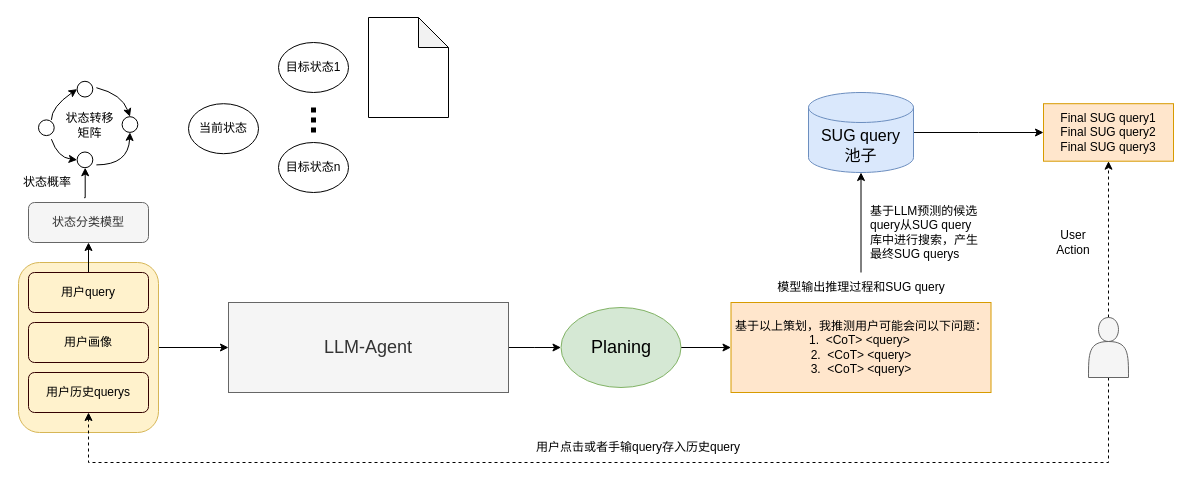
Above: QAG-CoT-Agent.drawio in ZhangHammer/ZhangHammer (draw.io), before the change. Source tidied: cells renumbered, new cells numbered last; positions are measured from the earlier drawing's top-left corner, leaving out a move shared by most shapes. Both pictures are drawn from the tidied source at 100%, with x=0, y=0 at pixel (17, 17).
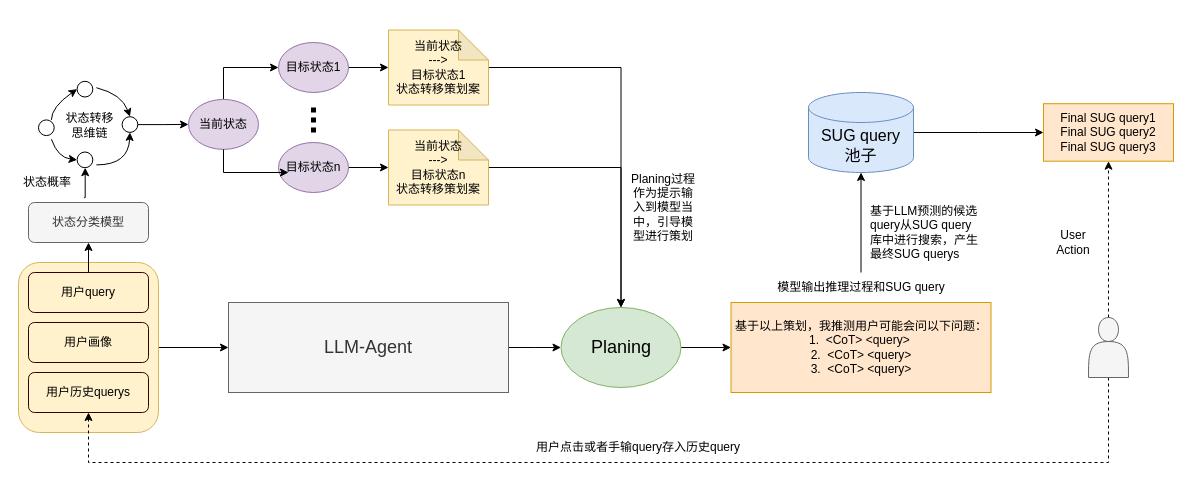
After the change.

The change refers to these unchanged cells:
```xml
<mxCell id="14" value="&lt;font style=&quot;font-size: 18px;&quot;&gt;Planing&lt;/font&gt;" style="ellipse;whiteSpace=wrap;html=1;fillColor=#d5e8d4;strokeColor=#82b366;" parent="1" vertex="1">
  <mxGeometry x="543.5" y="290" width="120" height="80" as="geometry" />
</mxCell>
<mxCell id="24" style="group;" parent="1" vertex="1">
  <mxGeometry x="21" y="63.8" width="120" height="190" as="geometry" />
</mxCell>
<mxCell id="28" style="ellipse;whiteSpace=wrap;html=1;" parent="24" vertex="1">
  <mxGeometry x="83.6" y="35.4" width="15.7" height="15.7" as="geometry" />
</mxCell>
```

Change to the diagram source:
```diff
@@
-    <mxCell id="33" value="状态转移矩阵" style="text;html=1;strokeColor=none;fillColor=none;align=center;verticalAlign=middle;whiteSpace=wrap;rounded=0;" parent="24" vertex="1">
+    <mxCell id="33" value="状态转移思维链" style="text;html=1;strokeColor=none;fillColor=none;align=center;verticalAlign=middle;whiteSpace=wrap;rounded=0;" parent="24" vertex="1">
       <mxGeometry x="25.7" y="29.5" width="51.4" height="30" as="geometry" />
     </mxCell>
@@
+    <mxCell id="42" style="edgeStyle=orthogonalEdgeStyle;rounded=0;jettySize=auto;html=1;exitX=0.5;exitY=0;exitDx=0;exitDy=0;entryX=0;entryY=0.5;entryDx=0;entryDy=0;" parent="1" edge="1" source="37" target="38">
+      <mxGeometry relative="1" as="geometry" />
+    </mxCell>
-    <mxCell id="37" value="当前状态" style="ellipse;whiteSpace=wrap;html=1;" parent="1" vertex="1">
-      <mxGeometry x="171" y="86.2" width="70" height="50" as="geometry" />
+    <mxCell id="37" value="当前状态" style="ellipse;whiteSpace=wrap;html=1;fillColor=#e1d5e7;strokeColor=#9673a6;" parent="1" vertex="1">
+      <mxGeometry x="171" y="81.9" width="70" height="50" as="geometry" />
     </mxCell>
+    <mxCell id="43" style="edgeStyle=orthogonalEdgeStyle;rounded=0;jettySize=auto;html=1;" parent="1" edge="1" source="38" target="41">
+      <mxGeometry relative="1" as="geometry" />
+    </mxCell>
-    <mxCell id="38" value="目标状态1" style="ellipse;whiteSpace=wrap;html=1;" parent="1" vertex="1">
+    <mxCell id="38" value="目标状态1" style="ellipse;whiteSpace=wrap;html=1;fillColor=#e1d5e7;strokeColor=#9673a6;" parent="1" vertex="1">
       <mxGeometry x="261" y="25" width="70" height="50" as="geometry" />
     </mxCell>
+    <mxCell id="44" style="edgeStyle=orthogonalEdgeStyle;rounded=0;jettySize=auto;html=1;" parent="1" edge="1" source="39" target="47">
+      <mxGeometry relative="1" as="geometry" />
+    </mxCell>
-    <mxCell id="39" value="目标状态n" style="ellipse;whiteSpace=wrap;html=1;" parent="1" vertex="1">
+    <mxCell id="39" value="目标状态n" style="ellipse;whiteSpace=wrap;html=1;fillColor=#e1d5e7;strokeColor=#9673a6;" parent="1" vertex="1">
       <mxGeometry x="261" y="125" width="70" height="50" as="geometry" />
     </mxCell>
@@
+    <mxCell id="45" style="edgeStyle=orthogonalEdgeStyle;rounded=0;jettySize=auto;html=1;entryX=0.5;entryY=0;entryDx=0;entryDy=0;" parent="1" edge="1" source="41" target="14">
+      <mxGeometry relative="1" as="geometry" />
+    </mxCell>
-    <mxCell id="41" style="shape=note;whiteSpace=wrap;html=1;backgroundOutline=1;darkOpacity=0.05;" parent="1" vertex="1">
-      <mxGeometry x="351" width="80" height="100" as="geometry" />
+    <mxCell id="41" value="当前状态&lt;br&gt;---&amp;gt;&lt;br&gt;目标状态1&lt;br&gt;状态转移策划案" style="shape=note;whiteSpace=wrap;html=1;backgroundOutline=1;darkOpacity=0.05;fillColor=#fff2cc;strokeColor=#d6b656;" parent="1" vertex="1">
+      <mxGeometry x="371" y="12.5" width="100" height="75" as="geometry" />
     </mxCell>
+    <mxCell id="46" style="edgeStyle=orthogonalEdgeStyle;rounded=0;jettySize=auto;html=1;" parent="1" edge="1" source="47" target="14">
+      <mxGeometry relative="1" as="geometry" />
+    </mxCell>
+    <mxCell id="47" value="当前状态&lt;br&gt;---&amp;gt;&lt;br&gt;目标状态n&lt;br&gt;状态转移策划案" style="shape=note;whiteSpace=wrap;html=1;backgroundOutline=1;darkOpacity=0.05;fillColor=#fff2cc;strokeColor=#d6b656;" parent="1" vertex="1">
+      <mxGeometry x="371" y="112.5" width="100" height="75" as="geometry" />
+    </mxCell>
+    <mxCell id="48" style="edgeStyle=orthogonalEdgeStyle;rounded=0;jettySize=auto;html=1;" parent="1" edge="1" source="28" target="37">
+      <mxGeometry relative="1" as="geometry" />
+    </mxCell>
+    <mxCell id="49" style="edgeStyle=orthogonalEdgeStyle;rounded=0;jettySize=auto;html=1;exitX=0.5;exitY=1;exitDx=0;exitDy=0;entryX=0.143;entryY=0.6;entryDx=0;entryDy=0;entryPerimeter=0;" parent="1" edge="1" source="37" target="39">
+      <mxGeometry relative="1" as="geometry" />
+    </mxCell>
+    <mxCell id="50" value="Planing过程作为提示输入到模型当中，引导模型进行策划" style="text;html=1;strokeColor=none;fillColor=none;align=center;verticalAlign=middle;whiteSpace=wrap;rounded=0;" parent="1" vertex="1">
+      <mxGeometry x="611" y="145" width="70" height="90" as="geometry" />
+    </mxCell>
```
